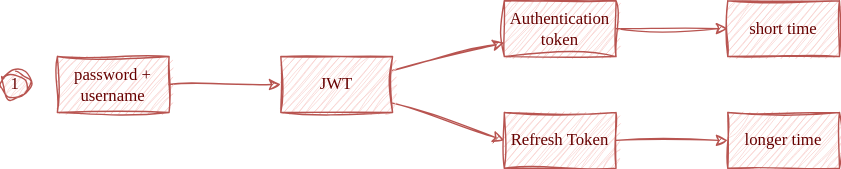
Above: readme_images/JWTExp.svg in neuropython/IMBd_REST_API_clone (draw.io), before the change. Source tidied: cells renumbered, new cells last; positions are measured from the earlier drawing's top-left corner, leaving out a move shared by most shapes. Its diagram source:
```xml
<mxGraphModel>
  <root>
    <mxCell id="0" />
    <mxCell id="1" parent="0" />
    <mxCell id="2" style="edgeStyle=orthogonalEdgeStyle;rounded=0;jettySize=auto;html=1;sketch=1;curveFitting=1;jiggle=2;fillColor=#f8cecc;strokeColor=#b85450;fontFamily=Comic Sans MS;fontColor=#660000;" parent="1" edge="1" source="3" target="7">
      <mxGeometry relative="1" as="geometry" />
    </mxCell>
    <mxCell id="3" value="password + username" style="rounded=0;whiteSpace=wrap;html=1;sketch=1;curveFitting=1;jiggle=2;fillColor=#f8cecc;strokeColor=#b85450;fontFamily=Comic Sans MS;fontColor=#660000;" parent="1" vertex="1">
      <mxGeometry x="40" y="40" width="80" height="40" as="geometry" />
    </mxCell>
    <mxCell id="4" value="1" style="ellipse;whiteSpace=wrap;html=1;sketch=1;curveFitting=1;jiggle=2;fillColor=#f8cecc;strokeColor=#b85450;fontFamily=Comic Sans MS;fontColor=#660000;" parent="1" vertex="1">
      <mxGeometry y="50" width="20" height="20" as="geometry" />
    </mxCell>
    <mxCell id="5" style="rounded=0;jettySize=auto;html=1;sketch=1;curveFitting=1;jiggle=2;fillColor=#f8cecc;strokeColor=#b85450;fontFamily=Comic Sans MS;fontColor=#660000;" parent="1" edge="1" source="7" target="9">
      <mxGeometry relative="1" as="geometry" />
    </mxCell>
    <mxCell id="6" style="rounded=0;jettySize=auto;html=1;sketch=1;curveFitting=1;jiggle=2;fillColor=#f8cecc;strokeColor=#b85450;fontFamily=Comic Sans MS;fontColor=#660000;" parent="1" edge="1" source="7">
      <mxGeometry relative="1" as="geometry">
        <mxPoint x="360" y="100" as="targetPoint" />
      </mxGeometry>
    </mxCell>
    <mxCell id="7" value="JWT" style="rounded=0;whiteSpace=wrap;html=1;sketch=1;curveFitting=1;jiggle=2;fillColor=#f8cecc;strokeColor=#b85450;fontFamily=Comic Sans MS;fontColor=#660000;" parent="1" vertex="1">
      <mxGeometry x="200" y="40" width="80" height="40" as="geometry" />
    </mxCell>
    <mxCell id="8" style="edgeStyle=orthogonalEdgeStyle;rounded=0;jettySize=auto;html=1;sketch=1;curveFitting=1;jiggle=2;fillColor=#f8cecc;strokeColor=#b85450;fontFamily=Comic Sans MS;fontColor=#660000;" parent="1" edge="1" source="9" target="12">
      <mxGeometry relative="1" as="geometry" />
    </mxCell>
    <mxCell id="9" value="Authentication token" style="rounded=0;whiteSpace=wrap;html=1;sketch=1;curveFitting=1;jiggle=2;fillColor=#f8cecc;strokeColor=#b85450;fontFamily=Comic Sans MS;fontColor=#660000;" parent="1" vertex="1">
      <mxGeometry x="360" width="80" height="40" as="geometry" />
    </mxCell>
    <mxCell id="10" style="edgeStyle=orthogonalEdgeStyle;rounded=0;jettySize=auto;html=1;sketch=1;curveFitting=1;jiggle=2;fillColor=#f8cecc;strokeColor=#b85450;fontFamily=Comic Sans MS;fontColor=#660000;" parent="1" edge="1" source="11" target="13">
      <mxGeometry relative="1" as="geometry" />
    </mxCell>
    <mxCell id="11" value="Refresh Token" style="rounded=0;whiteSpace=wrap;html=1;sketch=1;curveFitting=1;jiggle=2;fillColor=#f8cecc;strokeColor=#b85450;fontFamily=Comic Sans MS;fontColor=#660000;" parent="1" vertex="1">
      <mxGeometry x="360" y="80" width="80" height="40" as="geometry" />
    </mxCell>
    <mxCell id="12" value="short time" style="rounded=0;whiteSpace=wrap;html=1;sketch=1;curveFitting=1;jiggle=2;fillColor=#f8cecc;strokeColor=#b85450;fontFamily=Comic Sans MS;fontColor=#660000;" parent="1" vertex="1">
      <mxGeometry x="520" width="80" height="40" as="geometry" />
    </mxCell>
    <mxCell id="13" value="longer time" style="rounded=0;whiteSpace=wrap;html=1;strokeColor=#b85450;sketch=1;curveFitting=1;jiggle=2;fillColor=#f8cecc;fontFamily=Comic Sans MS;fontColor=#660000;" parent="1" vertex="1">
      <mxGeometry x="520" y="80" width="80" height="40" as="geometry" />
    </mxCell>
  </root>
</mxGraphModel>
```
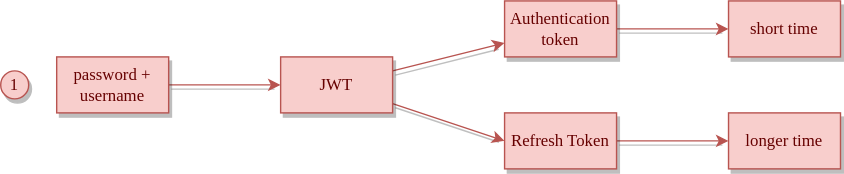
Above is the later version.

The edit, as a diff of the source:
```diff
@@ -2,42 +2,42 @@
   <root>
     <mxCell id="0" />
     <mxCell id="1" parent="0" />
-    <mxCell id="2" style="edgeStyle=orthogonalEdgeStyle;rounded=0;jettySize=auto;html=1;sketch=1;curveFitting=1;jiggle=2;fillColor=#f8cecc;strokeColor=#b85450;fontFamily=Comic Sans MS;fontColor=#660000;" parent="1" edge="1" source="3" target="7">
+    <mxCell id="2" style="edgeStyle=orthogonalEdgeStyle;rounded=0;jettySize=auto;html=1;fillColor=#f8cecc;strokeColor=#b85450;fontFamily=Comic Sans MS;fontColor=#660000;shadow=1;" parent="1" edge="1" source="3" target="7">
       <mxGeometry relative="1" as="geometry" />
     </mxCell>
-    <mxCell id="3" value="password + username" style="rounded=0;whiteSpace=wrap;html=1;sketch=1;curveFitting=1;jiggle=2;fillColor=#f8cecc;strokeColor=#b85450;fontFamily=Comic Sans MS;fontColor=#660000;" parent="1" vertex="1">
+    <mxCell id="3" value="password + username" style="rounded=0;whiteSpace=wrap;html=1;fillColor=#f8cecc;strokeColor=#b85450;fontFamily=Comic Sans MS;fontColor=#660000;shadow=1;" parent="1" vertex="1">
       <mxGeometry x="40" y="40" width="80" height="40" as="geometry" />
     </mxCell>
-    <mxCell id="4" value="1" style="ellipse;whiteSpace=wrap;html=1;sketch=1;curveFitting=1;jiggle=2;fillColor=#f8cecc;strokeColor=#b85450;fontFamily=Comic Sans MS;fontColor=#660000;" parent="1" vertex="1">
+    <mxCell id="4" value="1" style="ellipse;whiteSpace=wrap;html=1;fillColor=#f8cecc;strokeColor=#b85450;fontFamily=Comic Sans MS;fontColor=#660000;shadow=1;" parent="1" vertex="1">
       <mxGeometry y="50" width="20" height="20" as="geometry" />
     </mxCell>
-    <mxCell id="5" style="rounded=0;jettySize=auto;html=1;sketch=1;curveFitting=1;jiggle=2;fillColor=#f8cecc;strokeColor=#b85450;fontFamily=Comic Sans MS;fontColor=#660000;" parent="1" edge="1" source="7" target="9">
+    <mxCell id="5" style="rounded=0;jettySize=auto;html=1;fillColor=#f8cecc;strokeColor=#b85450;fontFamily=Comic Sans MS;fontColor=#660000;shadow=1;" parent="1" edge="1" source="7" target="9">
       <mxGeometry relative="1" as="geometry" />
     </mxCell>
-    <mxCell id="6" style="rounded=0;jettySize=auto;html=1;sketch=1;curveFitting=1;jiggle=2;fillColor=#f8cecc;strokeColor=#b85450;fontFamily=Comic Sans MS;fontColor=#660000;" parent="1" edge="1" source="7">
+    <mxCell id="6" style="rounded=0;jettySize=auto;html=1;fillColor=#f8cecc;strokeColor=#b85450;fontFamily=Comic Sans MS;fontColor=#660000;shadow=1;" parent="1" edge="1" source="7">
       <mxGeometry relative="1" as="geometry">
         <mxPoint x="360" y="100" as="targetPoint" />
       </mxGeometry>
     </mxCell>
-    <mxCell id="7" value="JWT" style="rounded=0;whiteSpace=wrap;html=1;sketch=1;curveFitting=1;jiggle=2;fillColor=#f8cecc;strokeColor=#b85450;fontFamily=Comic Sans MS;fontColor=#660000;" parent="1" vertex="1">
+    <mxCell id="7" value="JWT" style="rounded=0;whiteSpace=wrap;html=1;fillColor=#f8cecc;strokeColor=#b85450;fontFamily=Comic Sans MS;fontColor=#660000;shadow=1;" parent="1" vertex="1">
       <mxGeometry x="200" y="40" width="80" height="40" as="geometry" />
     </mxCell>
-    <mxCell id="8" style="edgeStyle=orthogonalEdgeStyle;rounded=0;jettySize=auto;html=1;sketch=1;curveFitting=1;jiggle=2;fillColor=#f8cecc;strokeColor=#b85450;fontFamily=Comic Sans MS;fontColor=#660000;" parent="1" edge="1" source="9" target="12">
+    <mxCell id="8" style="edgeStyle=orthogonalEdgeStyle;rounded=0;jettySize=auto;html=1;fillColor=#f8cecc;strokeColor=#b85450;fontFamily=Comic Sans MS;fontColor=#660000;shadow=1;" parent="1" edge="1" source="9" target="12">
       <mxGeometry relative="1" as="geometry" />
     </mxCell>
-    <mxCell id="9" value="Authentication token" style="rounded=0;whiteSpace=wrap;html=1;sketch=1;curveFitting=1;jiggle=2;fillColor=#f8cecc;strokeColor=#b85450;fontFamily=Comic Sans MS;fontColor=#660000;" parent="1" vertex="1">
+    <mxCell id="9" value="Authentication token" style="rounded=0;whiteSpace=wrap;html=1;fillColor=#f8cecc;strokeColor=#b85450;fontFamily=Comic Sans MS;fontColor=#660000;shadow=1;" parent="1" vertex="1">
       <mxGeometry x="360" width="80" height="40" as="geometry" />
     </mxCell>
-    <mxCell id="10" style="edgeStyle=orthogonalEdgeStyle;rounded=0;jettySize=auto;html=1;sketch=1;curveFitting=1;jiggle=2;fillColor=#f8cecc;strokeColor=#b85450;fontFamily=Comic Sans MS;fontColor=#660000;" parent="1" edge="1" source="11" target="13">
+    <mxCell id="10" style="edgeStyle=orthogonalEdgeStyle;rounded=0;jettySize=auto;html=1;fillColor=#f8cecc;strokeColor=#b85450;fontFamily=Comic Sans MS;fontColor=#660000;shadow=1;" parent="1" edge="1" source="11" target="13">
       <mxGeometry relative="1" as="geometry" />
     </mxCell>
-    <mxCell id="11" value="Refresh Token" style="rounded=0;whiteSpace=wrap;html=1;sketch=1;curveFitting=1;jiggle=2;fillColor=#f8cecc;strokeColor=#b85450;fontFamily=Comic Sans MS;fontColor=#660000;" parent="1" vertex="1">
+    <mxCell id="11" value="Refresh Token" style="rounded=0;whiteSpace=wrap;html=1;fillColor=#f8cecc;strokeColor=#b85450;fontFamily=Comic Sans MS;fontColor=#660000;shadow=1;" parent="1" vertex="1">
       <mxGeometry x="360" y="80" width="80" height="40" as="geometry" />
     </mxCell>
-    <mxCell id="12" value="short time" style="rounded=0;whiteSpace=wrap;html=1;sketch=1;curveFitting=1;jiggle=2;fillColor=#f8cecc;strokeColor=#b85450;fontFamily=Comic Sans MS;fontColor=#660000;" parent="1" vertex="1">
+    <mxCell id="12" value="short time" style="rounded=0;whiteSpace=wrap;html=1;fillColor=#f8cecc;strokeColor=#b85450;fontFamily=Comic Sans MS;fontColor=#660000;shadow=1;" parent="1" vertex="1">
       <mxGeometry x="520" width="80" height="40" as="geometry" />
     </mxCell>
-    <mxCell id="13" value="longer time" style="rounded=0;whiteSpace=wrap;html=1;strokeColor=#b85450;sketch=1;curveFitting=1;jiggle=2;fillColor=#f8cecc;fontFamily=Comic Sans MS;fontColor=#660000;" parent="1" vertex="1">
+    <mxCell id="13" value="longer time" style="rounded=0;whiteSpace=wrap;html=1;strokeColor=#b85450;fillColor=#f8cecc;fontFamily=Comic Sans MS;fontColor=#660000;shadow=1;" parent="1" vertex="1">
       <mxGeometry x="520" y="80" width="80" height="40" as="geometry" />
     </mxCell>
   </root>
```
